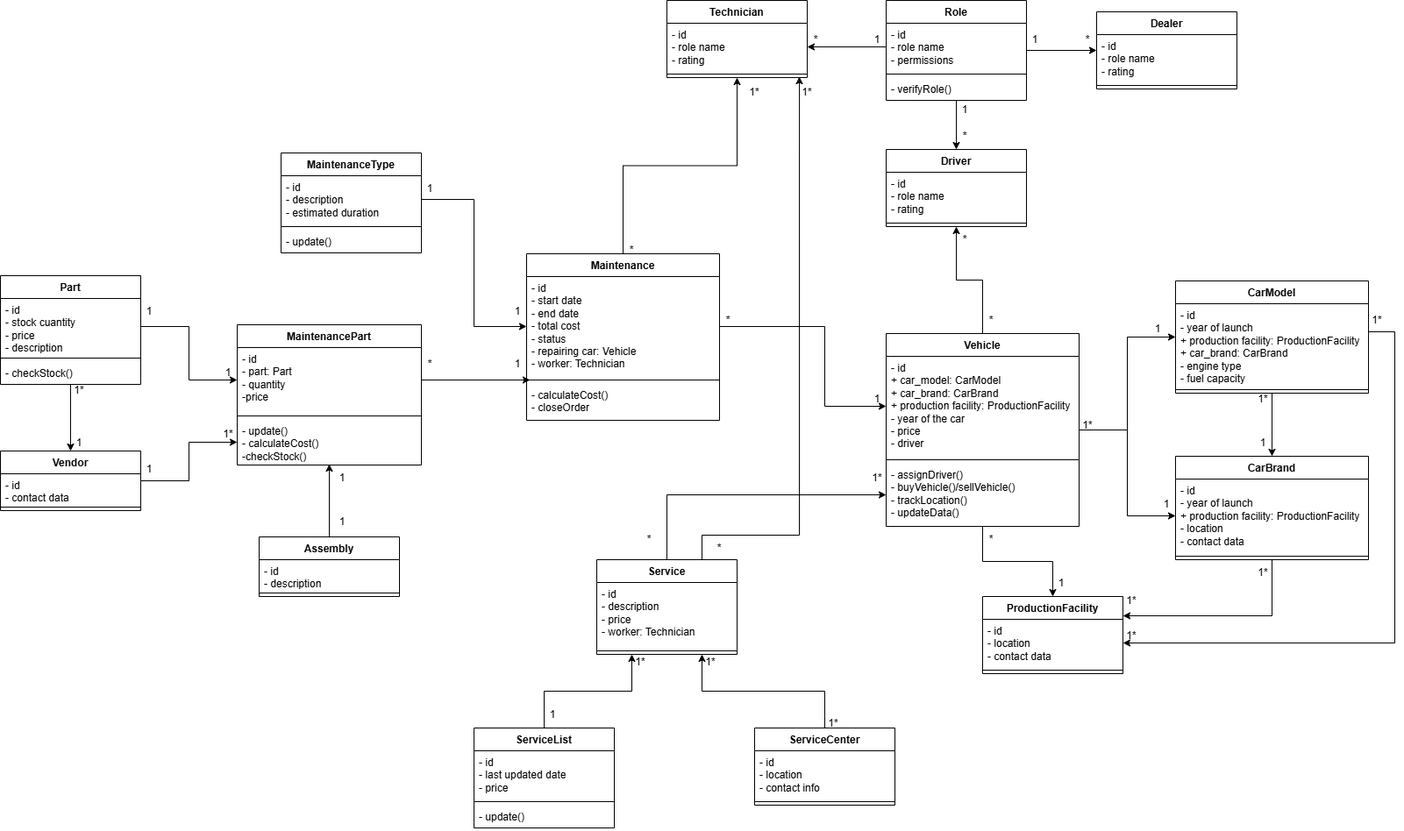
The draw.io diagram pruebas/Fleet class diagram.drawio.png in anderesor-star/pruebas, before a commit. Source tidied: cells renumbered, new cells last; positions are measured from the earlier drawing's top-left corner, leaving out a move shared by most shapes.
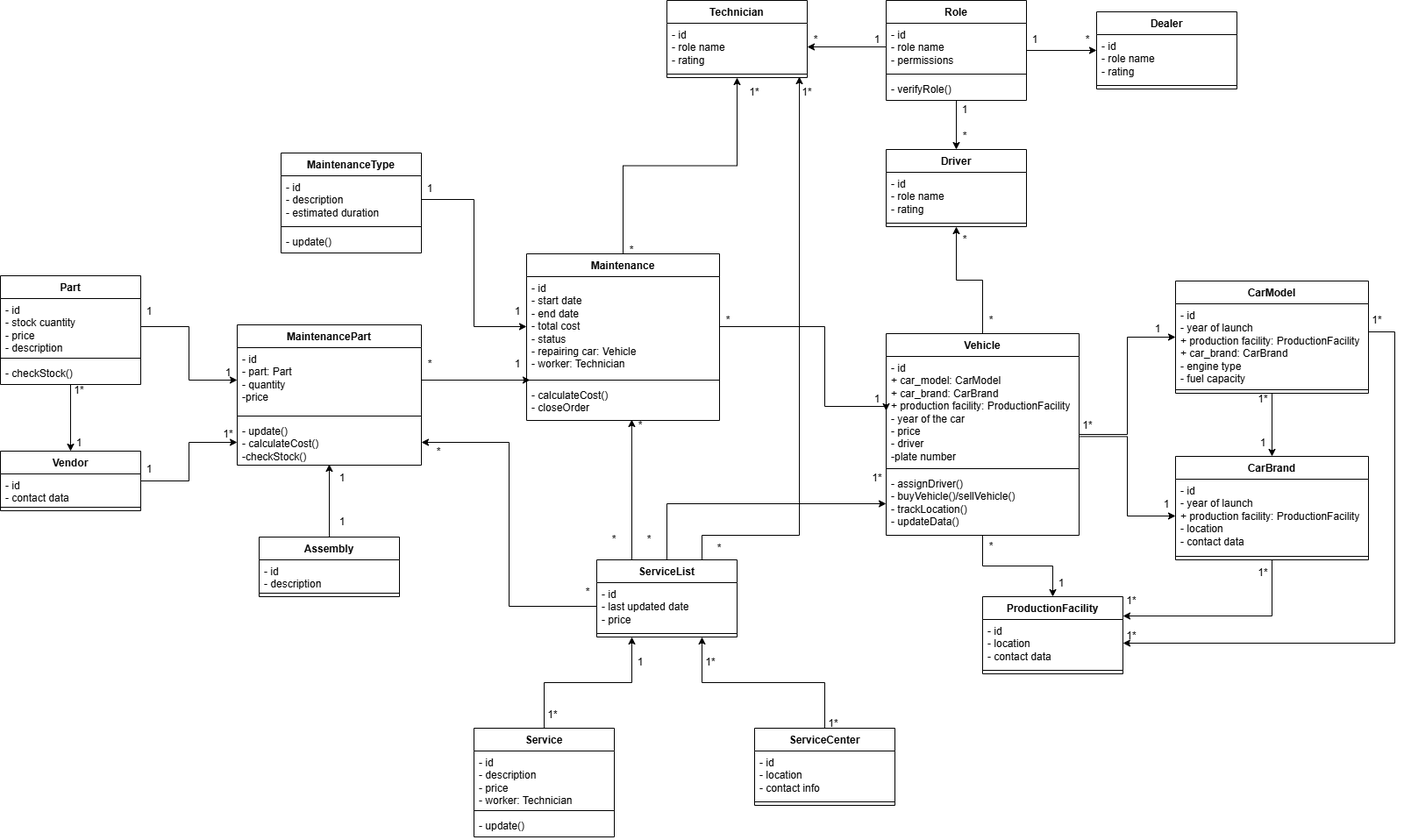
Later version of the same file.

What changed in the source:
```diff
@@ -12,16 +12,16 @@
       <mxGeometry relative="1" as="geometry" />
     </mxCell>
     <mxCell id="5" value="Vehicle" style="swimlane;fontStyle=1;align=center;verticalAlign=top;horizontal=1;startSize=26;whiteSpace=wrap;html=1;" parent="1" vertex="1">
-      <mxGeometry x="1010" y="380" width="220" height="220" as="geometry" />
+      <mxGeometry x="1010" y="380" width="220" height="230" as="geometry" />
     </mxCell>
-    <mxCell id="6" value="- id&lt;div&gt;+ car_model: CarModel&lt;/div&gt;&lt;div&gt;+ car_brand: CarBrand&lt;/div&gt;&lt;div&gt;+ production facility: ProductionFacility&lt;/div&gt;&lt;div&gt;- year of the car&lt;/div&gt;&lt;div&gt;- price&lt;/div&gt;&lt;div&gt;- driver&lt;/div&gt;" style="text;strokeColor=none;fillColor=none;align=left;verticalAlign=top;spacingLeft=4;spacingRight=4;overflow=hidden;points=[[0,0.5],[1,0.5]];portConstraint=eastwest;whiteSpace=wrap;html=1;" parent="5" vertex="1">
-      <mxGeometry y="26" width="220" height="114" as="geometry" />
+    <mxCell id="6" value="- id&lt;div&gt;+ car_model: CarModel&lt;/div&gt;&lt;div&gt;+ car_brand: CarBrand&lt;/div&gt;&lt;div&gt;+ production facility: ProductionFacility&lt;/div&gt;&lt;div&gt;- year of the car&lt;/div&gt;&lt;div&gt;- price&lt;/div&gt;&lt;div&gt;- driver&lt;/div&gt;&lt;div&gt;-plate number&lt;/div&gt;" style="text;strokeColor=none;fillColor=none;align=left;verticalAlign=top;spacingLeft=4;spacingRight=4;overflow=hidden;points=[[0,0.5],[1,0.5]];portConstraint=eastwest;whiteSpace=wrap;html=1;" parent="5" vertex="1">
+      <mxGeometry y="26" width="220" height="124" as="geometry" />
     </mxCell>
     <mxCell id="7" style="line;strokeWidth=1;fillColor=none;align=left;verticalAlign=middle;spacingTop=-1;spacingLeft=3;spacingRight=3;labelPosition=right;strokeColor=inherit;" parent="5" vertex="1">
-      <mxGeometry y="140" width="220" height="8" as="geometry" />
+      <mxGeometry y="150" width="220" height="8" as="geometry" />
     </mxCell>
     <mxCell id="8" value="- assignDriver()&lt;div&gt;-&amp;nbsp;&lt;span style=&quot;background-color: transparent; color: light-dark(rgb(0, 0, 0), rgb(255, 255, 255));&quot;&gt;buyVehicle()/sellVehicle()&lt;/span&gt;&lt;/div&gt;- trackLocation()&lt;br&gt;- updateData()" style="text;strokeColor=none;fillColor=none;align=left;verticalAlign=top;spacingLeft=4;spacingRight=4;overflow=hidden;points=[[0,0.5],[1,0.5]];portConstraint=eastwest;whiteSpace=wrap;html=1;" parent="5" vertex="1">
-      <mxGeometry y="148" width="220" height="72" as="geometry" />
+      <mxGeometry y="158" width="220" height="72" as="geometry" />
     </mxCell>
     <mxCell id="9" style="edgeStyle=orthogonalEdgeStyle;rounded=0;jettySize=auto;html=1;exitX=0.5;exitY=1;exitDx=0;exitDy=0;entryX=0.5;entryY=0;entryDx=0;entryDy=0;" parent="1" edge="1" source="11" target="15">
       <mxGeometry relative="1" as="geometry" />
@@ -86,7 +86,7 @@
       <mxGeometry x="1180" y="650" width="60" height="30" as="geometry" />
     </mxCell>
     <mxCell id="28" value="*" style="text;html=1;whiteSpace=wrap;strokeColor=none;fillColor=none;align=center;verticalAlign=middle;rounded=0;" parent="1" vertex="1">
-      <mxGeometry x="1100" y="600" width="60" height="30" as="geometry" />
+      <mxGeometry x="1100" y="608" width="60" height="30" as="geometry" />
     </mxCell>
     <mxCell id="29" value="1*" style="text;html=1;whiteSpace=wrap;strokeColor=none;fillColor=none;align=center;verticalAlign=middle;rounded=0;" parent="1" vertex="1">
       <mxGeometry x="1260" y="670" width="60" height="30" as="geometry" />
@@ -318,14 +318,14 @@
     <mxCell id="103" style="edgeStyle=orthogonalEdgeStyle;rounded=0;jettySize=auto;html=1;exitX=0.5;exitY=0;exitDx=0;exitDy=0;entryX=0;entryY=0.5;entryDx=0;entryDy=0;" parent="1" edge="1" source="104" target="8">
       <mxGeometry relative="1" as="geometry" />
     </mxCell>
-    <mxCell id="104" value="Service" style="swimlane;fontStyle=1;align=center;verticalAlign=top;horizontal=1;startSize=26;whiteSpace=wrap;html=1;" parent="1" vertex="1">
-      <mxGeometry x="680" y="638" width="160" height="108" as="geometry" />
+    <mxCell id="104" value="ServiceList" style="swimlane;fontStyle=1;align=center;verticalAlign=top;horizontal=1;startSize=26;whiteSpace=wrap;html=1;" parent="1" vertex="1">
+      <mxGeometry x="680" y="638" width="160" height="88" as="geometry" />
     </mxCell>
-    <mxCell id="105" value="- id&lt;div&gt;- description&lt;/div&gt;&lt;div&gt;- price&lt;/div&gt;&lt;div&gt;- worker: Technician&lt;/div&gt;" style="text;strokeColor=none;fillColor=none;align=left;verticalAlign=top;spacingLeft=4;spacingRight=4;overflow=hidden;points=[[0,0.5],[1,0.5]];portConstraint=eastwest;whiteSpace=wrap;html=1;" parent="104" vertex="1">
-      <mxGeometry y="26" width="160" height="74" as="geometry" />
+    <mxCell id="105" value="- id&lt;div&gt;&lt;div&gt;- last updated date&lt;/div&gt;&lt;div&gt;- price&lt;/div&gt;&lt;/div&gt;" style="text;strokeColor=none;fillColor=none;align=left;verticalAlign=top;spacingLeft=4;spacingRight=4;overflow=hidden;points=[[0,0.5],[1,0.5]];portConstraint=eastwest;whiteSpace=wrap;html=1;" parent="104" vertex="1">
+      <mxGeometry y="26" width="160" height="54" as="geometry" />
     </mxCell>
     <mxCell id="106" style="line;strokeWidth=1;fillColor=none;align=left;verticalAlign=middle;spacingTop=-1;spacingLeft=3;spacingRight=3;labelPosition=right;strokeColor=inherit;" parent="104" vertex="1">
-      <mxGeometry y="100" width="160" height="8" as="geometry" />
+      <mxGeometry y="80" width="160" height="8" as="geometry" />
     </mxCell>
     <mxCell id="107" style="edgeStyle=orthogonalEdgeStyle;rounded=0;jettySize=auto;html=1;exitX=0.75;exitY=0;exitDx=0;exitDy=0;entryX=0.944;entryY=0.875;entryDx=0;entryDy=0;entryPerimeter=0;" parent="1" edge="1" source="104" target="44">
       <mxGeometry relative="1" as="geometry">
@@ -362,17 +362,17 @@
     <mxCell id="116" style="edgeStyle=orthogonalEdgeStyle;rounded=0;jettySize=auto;html=1;exitX=0.5;exitY=0;exitDx=0;exitDy=0;entryX=0.25;entryY=1;entryDx=0;entryDy=0;" parent="1" edge="1" source="117" target="104">
       <mxGeometry relative="1" as="geometry" />
     </mxCell>
-    <mxCell id="117" value="ServiceList" style="swimlane;fontStyle=1;align=center;verticalAlign=top;horizontal=1;startSize=26;whiteSpace=wrap;html=1;" parent="1" vertex="1">
-      <mxGeometry x="540" y="830" width="160" height="114" as="geometry" />
+    <mxCell id="117" value="Service" style="swimlane;fontStyle=1;align=center;verticalAlign=top;horizontal=1;startSize=26;whiteSpace=wrap;html=1;" parent="1" vertex="1">
+      <mxGeometry x="540" y="830" width="160" height="124" as="geometry" />
     </mxCell>
-    <mxCell id="118" value="- id&lt;div&gt;- last updated date&lt;/div&gt;&lt;div&gt;- price&lt;/div&gt;" style="text;strokeColor=none;fillColor=none;align=left;verticalAlign=top;spacingLeft=4;spacingRight=4;overflow=hidden;whiteSpace=wrap;html=1;" parent="117" vertex="1">
-      <mxGeometry y="26" width="160" height="54" as="geometry" />
+    <mxCell id="118" value="- id&lt;div&gt;&lt;div&gt;- description&lt;/div&gt;&lt;div&gt;- price&lt;/div&gt;&lt;div&gt;- worker: Technician&lt;/div&gt;&lt;/div&gt;" style="text;strokeColor=none;fillColor=none;align=left;verticalAlign=top;spacingLeft=4;spacingRight=4;overflow=hidden;whiteSpace=wrap;html=1;" parent="117" vertex="1">
+      <mxGeometry y="26" width="160" height="64" as="geometry" />
     </mxCell>
     <mxCell id="119" style="line;strokeWidth=1;fillColor=none;align=left;verticalAlign=middle;spacingTop=-1;spacingLeft=3;spacingRight=3;labelPosition=right;strokeColor=inherit;" parent="117" vertex="1">
-      <mxGeometry y="80" width="160" height="8" as="geometry" />
+      <mxGeometry y="90" width="160" height="8" as="geometry" />
     </mxCell>
     <mxCell id="120" value="- update()" style="text;strokeColor=none;fillColor=none;align=left;verticalAlign=top;spacingLeft=4;spacingRight=4;overflow=hidden;whiteSpace=wrap;html=1;" parent="117" vertex="1">
-      <mxGeometry y="88" width="160" height="26" as="geometry" />
+      <mxGeometry y="98" width="160" height="26" as="geometry" />
     </mxCell>
     <mxCell id="121" value="1*" style="text;html=1;whiteSpace=wrap;strokeColor=none;fillColor=none;align=center;verticalAlign=middle;rounded=0;" parent="1" vertex="1">
       <mxGeometry x="780" y="740" width="60" height="30" as="geometry" />
@@ -380,11 +380,29 @@
     <mxCell id="122" value="1*" style="text;html=1;whiteSpace=wrap;strokeColor=none;fillColor=none;align=center;verticalAlign=middle;rounded=0;" parent="1" vertex="1">
       <mxGeometry x="920" y="810" width="60" height="30" as="geometry" />
     </mxCell>
-    <mxCell id="123" value="1*" style="text;html=1;whiteSpace=wrap;strokeColor=none;fillColor=none;align=center;verticalAlign=middle;rounded=0;" parent="1" vertex="1">
+    <mxCell id="123" value="1" style="text;html=1;whiteSpace=wrap;strokeColor=none;fillColor=none;align=center;verticalAlign=middle;rounded=0;" parent="1" vertex="1">
       <mxGeometry x="700" y="740" width="60" height="30" as="geometry" />
     </mxCell>
-    <mxCell id="124" value="1" style="text;html=1;whiteSpace=wrap;strokeColor=none;fillColor=none;align=center;verticalAlign=middle;rounded=0;" parent="1" vertex="1">
+    <mxCell id="124" value="1*" style="text;html=1;whiteSpace=wrap;strokeColor=none;fillColor=none;align=center;verticalAlign=middle;rounded=0;" parent="1" vertex="1">
       <mxGeometry x="600" y="800" width="60" height="30" as="geometry" />
     </mxCell>
+    <mxCell id="125" style="edgeStyle=orthogonalEdgeStyle;rounded=0;jettySize=auto;html=1;exitX=0.25;exitY=0;exitDx=0;exitDy=0;entryX=0.545;entryY=0.976;entryDx=0;entryDy=0;entryPerimeter=0;" parent="1" edge="1" source="104" target="61">
+      <mxGeometry relative="1" as="geometry" />
+    </mxCell>
+    <mxCell id="126" value="*" style="text;html=1;whiteSpace=wrap;strokeColor=none;fillColor=none;align=center;verticalAlign=middle;rounded=0;" parent="1" vertex="1">
+      <mxGeometry x="700" y="470" width="60" height="30" as="geometry" />
+    </mxCell>
+    <mxCell id="127" value="*" style="text;html=1;whiteSpace=wrap;strokeColor=none;fillColor=none;align=center;verticalAlign=middle;rounded=0;" parent="1" vertex="1">
+      <mxGeometry x="670" y="600" width="60" height="30" as="geometry" />
+    </mxCell>
+    <mxCell id="128" style="edgeStyle=orthogonalEdgeStyle;rounded=0;jettySize=auto;html=1;exitX=0;exitY=0.5;exitDx=0;exitDy=0;entryX=1;entryY=0.5;entryDx=0;entryDy=0;" parent="1" edge="1" source="105" target="77">
+      <mxGeometry relative="1" as="geometry" />
+    </mxCell>
+    <mxCell id="129" value="*" style="text;html=1;whiteSpace=wrap;strokeColor=none;fillColor=none;align=center;verticalAlign=middle;rounded=0;" parent="1" vertex="1">
+      <mxGeometry x="640" y="660" width="60" height="30" as="geometry" />
+    </mxCell>
+    <mxCell id="130" value="*" style="text;html=1;whiteSpace=wrap;strokeColor=none;fillColor=none;align=center;verticalAlign=middle;rounded=0;" parent="1" vertex="1">
+      <mxGeometry x="470" y="500" width="60" height="30" as="geometry" />
+    </mxCell>
   </root>
 </mxGraphModel>
```
